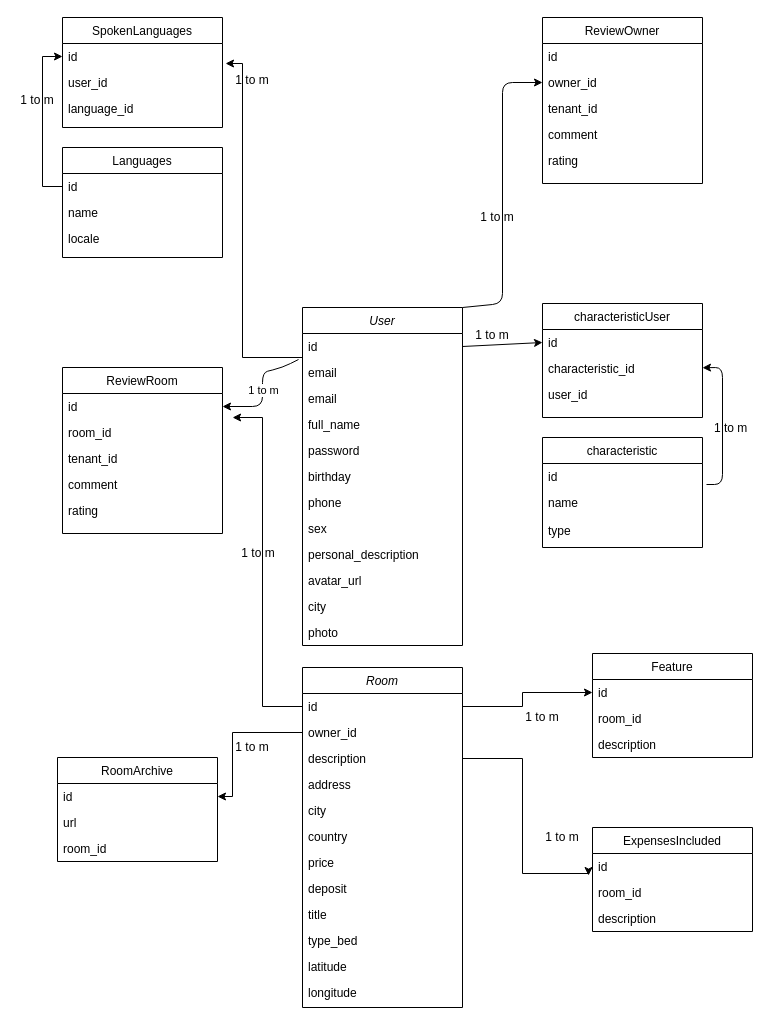
fsdexter/WellPut keeps this draw.io diagram as docs/Untitled Diagram.drawio. Above is the earlier version. Source tidied: cells renumbered, new cells numbered last; positions are measured from the earlier drawing's top-left corner, leaving out a move shared by most shapes. Both pictures are drawn from the tidied source at 100%, with x=0, y=0 at pixel (17, 17).
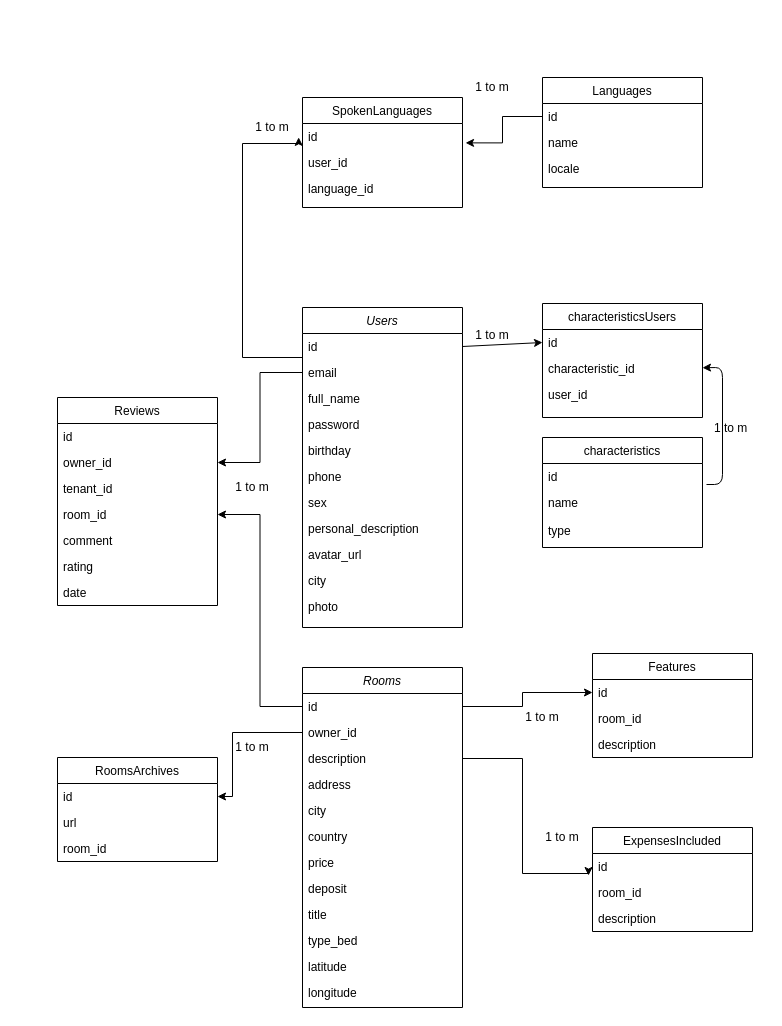
Above is the later version.

Unchanged cells that the change refers to:
```xml
<mxCell id="5" value="email" style="text;align=left;verticalAlign=top;spacingLeft=4;spacingRight=4;overflow=hidden;points=[[0,0.5],[1,0.5]];portConstraint=eastwest;rounded=0;shadow=0;html=0;" parent="3" vertex="1">
  <mxGeometry y="52" width="160" height="26" as="geometry" />
</mxCell>
<mxCell id="22" value="owner_id" style="text;align=left;verticalAlign=top;spacingLeft=4;spacingRight=4;overflow=hidden;points=[[0,0.5],[1,0.5]];portConstraint=eastwest;rounded=0;shadow=0;html=0;" parent="20" vertex="1">
  <mxGeometry y="52" width="160" height="26" as="geometry" />
</mxCell>
<mxCell id="43" value="id" style="text;align=left;verticalAlign=top;spacingLeft=4;spacingRight=4;overflow=hidden;points=[[0,0.5],[1,0.5]];portConstraint=eastwest;" parent="42" vertex="1">
  <mxGeometry y="26" width="160" height="26" as="geometry" />
</mxCell>
<mxCell id="58" value="id" style="text;align=left;verticalAlign=top;spacingLeft=4;spacingRight=4;overflow=hidden;points=[[0,0.5],[1,0.5]];portConstraint=eastwest;" parent="57" vertex="1">
  <mxGeometry y="26" width="160" height="26" as="geometry" />
</mxCell>
<mxCell id="62" value="id" style="text;align=left;verticalAlign=top;spacingLeft=4;spacingRight=4;overflow=hidden;points=[[0,0.5],[1,0.5]];portConstraint=eastwest;" parent="61" vertex="1">
  <mxGeometry y="26" width="160" height="26" as="geometry" />
</mxCell>
```

Change to the diagram source:
```diff
@@
-    <mxCell id="2" style="edgeStyle=orthogonalEdgeStyle;rounded=0;jettySize=auto;html=1;entryX=1.019;entryY=0.769;entryDx=0;entryDy=0;entryPerimeter=0;" parent="1" edge="1" source="3" target="58">
+    <mxCell id="2" style="edgeStyle=orthogonalEdgeStyle;rounded=0;jettySize=auto;html=1;entryX=-0.024;entryY=0.533;entryDx=0;entryDy=0;entryPerimeter=0;" parent="1" edge="1" source="3" target="58">
       <mxGeometry relative="1" as="geometry">
         <Array as="points">
           <mxPoint x="225" y="340" />
-          <mxPoint x="225" y="46" />
+          <mxPoint x="225" y="126" />
+          <mxPoint x="281" y="126" />
         </Array>
       </mxGeometry>
     </mxCell>
-    <mxCell id="3" value="User" style="swimlane;fontStyle=2;align=center;verticalAlign=top;horizontal=1;startSize=26;rounded=0;shadow=0;strokeWidth=1;" parent="1" vertex="1">
-      <mxGeometry x="285" y="290" width="160" height="338" as="geometry" />
+    <mxCell id="3" value="Users" style="swimlane;fontStyle=2;align=center;verticalAlign=top;horizontal=1;startSize=26;rounded=0;shadow=0;strokeWidth=1;" parent="1" vertex="1">
+      <mxGeometry x="285" y="290" width="160" height="320" as="geometry" />
     </mxCell>
@@
-    <mxCell id="6" value="email" style="text;align=left;verticalAlign=top;spacingLeft=4;spacingRight=4;overflow=hidden;rounded=0;shadow=0;html=0;" parent="3" vertex="1">
-      <mxGeometry y="78" width="160" height="26" as="geometry" />
-    </mxCell>
     <mxCell id="7" value="full_name" style="text;align=left;verticalAlign=top;spacingLeft=4;spacingRight=4;overflow=hidden;rounded=0;shadow=0;html=0;" parent="3" vertex="1">
-      <mxGeometry y="104" width="160" height="26" as="geometry" />
+      <mxGeometry y="78" width="160" height="26" as="geometry" />
     </mxCell>
     <mxCell id="8" value="password" style="text;align=left;verticalAlign=top;spacingLeft=4;spacingRight=4;overflow=hidden;rounded=0;shadow=0;html=0;" parent="3" vertex="1">
-      <mxGeometry y="130" width="160" height="26" as="geometry" />
+      <mxGeometry y="104" width="160" height="26" as="geometry" />
     </mxCell>
     <mxCell id="9" value="birthday" style="text;align=left;verticalAlign=top;spacingLeft=4;spacingRight=4;overflow=hidden;rounded=0;shadow=0;html=0;" parent="3" vertex="1">
-      <mxGeometry y="156" width="160" height="26" as="geometry" />
+      <mxGeometry y="130" width="160" height="26" as="geometry" />
     </mxCell>
     <mxCell id="10" value="phone" style="text;align=left;verticalAlign=top;spacingLeft=4;spacingRight=4;overflow=hidden;rounded=0;shadow=0;html=0;" parent="3" vertex="1">
-      <mxGeometry y="182" width="160" height="26" as="geometry" />
+      <mxGeometry y="156" width="160" height="26" as="geometry" />
     </mxCell>
     <mxCell id="11" value="sex" style="text;align=left;verticalAlign=top;spacingLeft=4;spacingRight=4;overflow=hidden;rounded=0;shadow=0;html=0;" parent="3" vertex="1">
-      <mxGeometry y="208" width="160" height="26" as="geometry" />
+      <mxGeometry y="182" width="160" height="26" as="geometry" />
     </mxCell>
     <mxCell id="12" value="personal_description" style="text;align=left;verticalAlign=top;spacingLeft=4;spacingRight=4;overflow=hidden;rounded=0;shadow=0;html=0;" parent="3" vertex="1">
-      <mxGeometry y="234" width="160" height="26" as="geometry" />
+      <mxGeometry y="208" width="160" height="26" as="geometry" />
     </mxCell>
     <mxCell id="13" value="avatar_url" style="text;align=left;verticalAlign=top;spacingLeft=4;spacingRight=4;overflow=hidden;rounded=0;shadow=0;html=0;" parent="3" vertex="1">
-      <mxGeometry y="260" width="160" height="26" as="geometry" />
+      <mxGeometry y="234" width="160" height="26" as="geometry" />
     </mxCell>
     <mxCell id="14" value="city" style="text;align=left;verticalAlign=top;spacingLeft=4;spacingRight=4;overflow=hidden;rounded=0;shadow=0;html=0;" parent="3" vertex="1">
-      <mxGeometry y="286" width="160" height="26" as="geometry" />
+      <mxGeometry y="260" width="160" height="26" as="geometry" />
     </mxCell>
     <mxCell id="15" value="photo" style="text;align=left;verticalAlign=top;spacingLeft=4;spacingRight=4;overflow=hidden;rounded=0;shadow=0;html=0;" parent="3" vertex="1">
-      <mxGeometry y="312" width="160" height="26" as="geometry" />
+      <mxGeometry y="286" width="160" height="26" as="geometry" />
     </mxCell>
-    <mxCell id="16" value="characteristicUser" style="swimlane;fontStyle=0;align=center;verticalAlign=top;horizontal=1;startSize=26;rounded=0;shadow=0;strokeWidth=1;" parent="1" vertex="1">
+    <mxCell id="16" value="characteristicsUsers" style="swimlane;fontStyle=0;align=center;verticalAlign=top;horizontal=1;startSize=26;rounded=0;shadow=0;strokeWidth=1;" parent="1" vertex="1">
       <mxGeometry x="525" y="286" width="160" height="114" as="geometry" />
     </mxCell>
@@
-    <mxCell id="20" value="ReviewOwner" style="swimlane;fontStyle=0;align=center;verticalAlign=top;horizontal=1;startSize=26;rounded=0;shadow=0;strokeWidth=1;" parent="1" vertex="1">
-      <mxGeometry x="525" width="160" height="166" as="geometry" />
+    <mxCell id="20" value="Reviews" style="swimlane;fontStyle=0;align=center;verticalAlign=top;horizontal=1;startSize=26;rounded=0;shadow=0;strokeWidth=1;" parent="1" vertex="1">
+      <mxGeometry x="40" y="380" width="160" height="208" as="geometry" />
     </mxCell>
@@
+    <mxCell id="36" value="room_id" style="text;align=left;verticalAlign=top;spacingLeft=4;spacingRight=4;overflow=hidden;points=[[0,0.5],[1,0.5]];portConstraint=eastwest;rounded=0;shadow=0;html=0;" parent="20" vertex="1">
+      <mxGeometry y="104" width="160" height="26" as="geometry" />
+    </mxCell>
     <mxCell id="24" value="comment" style="text;align=left;verticalAlign=top;spacingLeft=4;spacingRight=4;overflow=hidden;rounded=0;shadow=0;html=0;" parent="20" vertex="1">
-      <mxGeometry y="104" width="160" height="26" as="geometry" />
+      <mxGeometry y="130" width="160" height="26" as="geometry" />
     </mxCell>
     <mxCell id="25" value="rating" style="text;align=left;verticalAlign=top;spacingLeft=4;spacingRight=4;overflow=hidden;rounded=0;shadow=0;html=0;" parent="20" vertex="1">
-      <mxGeometry y="130" width="160" height="26" as="geometry" />
+      <mxGeometry y="156" width="160" height="26" as="geometry" />
     </mxCell>
+    <mxCell id="88" value="date" style="text;align=left;verticalAlign=top;spacingLeft=4;spacingRight=4;overflow=hidden;rounded=0;shadow=0;html=0;" parent="20" vertex="1">
+      <mxGeometry y="182" width="160" height="26" as="geometry" />
+    </mxCell>
-    <mxCell id="26" value="characteristic" style="swimlane;fontStyle=0;align=center;verticalAlign=top;horizontal=1;startSize=26;rounded=0;shadow=0;strokeWidth=1;" parent="1" vertex="1">
+    <mxCell id="26" value="characteristics" style="swimlane;fontStyle=0;align=center;verticalAlign=top;horizontal=1;startSize=26;rounded=0;shadow=0;strokeWidth=1;" parent="1" vertex="1">
       <mxGeometry x="525" y="420" width="160" height="110" as="geometry" />
     </mxCell>
@@
-    <mxCell id="34" value="ReviewRoom" style="swimlane;fontStyle=0;align=center;verticalAlign=top;horizontal=1;startSize=26;rounded=0;shadow=0;strokeWidth=1;" parent="1" vertex="1">
-      <mxGeometry x="45" y="350" width="160" height="166" as="geometry" />
-    </mxCell>
-    <mxCell id="35" value="id" style="text;align=left;verticalAlign=top;spacingLeft=4;spacingRight=4;overflow=hidden;points=[[0,0.5],[1,0.5]];portConstraint=eastwest;" parent="34" vertex="1">
-      <mxGeometry y="26" width="160" height="26" as="geometry" />
-    </mxCell>
-    <mxCell id="36" value="room_id" style="text;align=left;verticalAlign=top;spacingLeft=4;spacingRight=4;overflow=hidden;points=[[0,0.5],[1,0.5]];portConstraint=eastwest;rounded=0;shadow=0;html=0;" parent="34" vertex="1">
-      <mxGeometry y="52" width="160" height="26" as="geometry" />
-    </mxCell>
-    <mxCell id="37" value="tenant_id" style="text;align=left;verticalAlign=top;spacingLeft=4;spacingRight=4;overflow=hidden;rounded=0;shadow=0;html=0;" parent="34" vertex="1">
-      <mxGeometry y="78" width="160" height="26" as="geometry" />
-    </mxCell>
-    <mxCell id="38" value="comment" style="text;align=left;verticalAlign=top;spacingLeft=4;spacingRight=4;overflow=hidden;rounded=0;shadow=0;html=0;" parent="34" vertex="1">
-      <mxGeometry y="104" width="160" height="26" as="geometry" />
-    </mxCell>
-    <mxCell id="39" value="rating" style="text;align=left;verticalAlign=top;spacingLeft=4;spacingRight=4;overflow=hidden;rounded=0;shadow=0;html=0;" parent="34" vertex="1">
-      <mxGeometry y="130" width="160" height="26" as="geometry" />
-    </mxCell>
-    <mxCell id="40" style="endArrow=classic;html=1;entryX=0;entryY=0.5;entryDx=0;entryDy=0;exitX=1;exitY=0;exitDx=0;exitDy=0;" parent="1" edge="1" source="3" target="22">
-      <mxGeometry relative="1" as="geometry">
-        <Array as="points">
-          <mxPoint x="485" y="286" />
-          <mxPoint x="485" y="65" />
-        </Array>
-      </mxGeometry>
-    </mxCell>
-    <mxCell id="41" value="1 to m" style="text;html=1;strokeColor=none;fillColor=none;align=center;verticalAlign=middle;whiteSpace=wrap;rounded=0;" parent="1" vertex="1">
-      <mxGeometry x="460" y="190" width="40" height="20" as="geometry" />
-    </mxCell>
-    <mxCell id="42" value="Room" style="swimlane;fontStyle=2;align=center;verticalAlign=top;horizontal=1;startSize=26;rounded=0;shadow=0;strokeWidth=1;" parent="1" vertex="1">
+    <mxCell id="42" value="Rooms" style="swimlane;fontStyle=2;align=center;verticalAlign=top;horizontal=1;startSize=26;rounded=0;shadow=0;strokeWidth=1;" parent="1" vertex="1">
       <mxGeometry x="285" y="650" width="160" height="340" as="geometry" />
     </mxCell>
@@
-    <mxCell id="55" style="endArrow=classic;html=1;exitX=-0.025;exitY=0;exitDx=0;exitDy=0;exitPerimeter=0;entryX=1;entryY=0.5;entryDx=0;entryDy=0;" parent="1" edge="1" source="5" target="35">
-      <mxGeometry relative="1" as="geometry">
-        <Array as="points">
-          <mxPoint x="265" y="350" />
-          <mxPoint x="245" y="355" />
-          <mxPoint x="245" y="389" />
-        </Array>
-      </mxGeometry>
-    </mxCell>
-    <mxCell id="56" value="1 to m" style="edgeLabel;html=1;align=center;verticalAlign=middle;" parent="55" vertex="1">
-      <mxGeometry relative="1" as="geometry" />
-    </mxCell>
     <mxCell id="57" value="SpokenLanguages" style="swimlane;fontStyle=0;align=center;verticalAlign=top;horizontal=1;startSize=26;rounded=0;shadow=0;strokeWidth=1;" parent="1" vertex="1">
-      <mxGeometry x="45" width="160" height="110" as="geometry" />
+      <mxGeometry x="285" y="80" width="160" height="110" as="geometry" />
     </mxCell>
@@
     <mxCell id="61" value="Languages" style="swimlane;fontStyle=0;align=center;verticalAlign=top;horizontal=1;startSize=26;rounded=0;shadow=0;strokeWidth=1;" parent="1" vertex="1">
-      <mxGeometry x="45" y="130" width="160" height="110" as="geometry" />
+      <mxGeometry x="525" y="60" width="160" height="110" as="geometry" />
     </mxCell>
@@
-    <mxCell id="65" style="edgeStyle=orthogonalEdgeStyle;rounded=0;jettySize=auto;html=1;exitX=0;exitY=0.5;exitDx=0;exitDy=0;entryX=0;entryY=0.5;entryDx=0;entryDy=0;" parent="1" edge="1" source="62" target="58">
-      <mxGeometry relative="1" as="geometry" />
+    <mxCell id="65" style="edgeStyle=orthogonalEdgeStyle;rounded=0;jettySize=auto;html=1;exitX=0;exitY=0.5;exitDx=0;exitDy=0;entryX=1.019;entryY=0.745;entryDx=0;entryDy=0;entryPerimeter=0;" parent="1" edge="1" source="62" target="58">
+      <mxGeometry relative="1" as="geometry">
+        <Array as="points">
+          <mxPoint x="485" y="99" />
+          <mxPoint x="485" y="125" />
+        </Array>
+      </mxGeometry>
     </mxCell>
     <mxCell id="66" value="1 to m" style="text;html=1;strokeColor=none;fillColor=none;align=center;verticalAlign=middle;whiteSpace=wrap;rounded=0;" parent="1" vertex="1">
-      <mxGeometry y="73" width="40" height="20" as="geometry" />
+      <mxGeometry x="235" y="100" width="40" height="20" as="geometry" />
     </mxCell>
     <mxCell id="67" value="1 to m" style="text;html=1;strokeColor=none;fillColor=none;align=center;verticalAlign=middle;whiteSpace=wrap;rounded=0;" parent="1" vertex="1">
-      <mxGeometry x="215" y="53" width="40" height="20" as="geometry" />
+      <mxGeometry x="455" y="60" width="40" height="20" as="geometry" />
     </mxCell>
-    <mxCell id="68" style="edgeStyle=orthogonalEdgeStyle;rounded=0;jettySize=auto;html=1;entryX=1.063;entryY=0.923;entryDx=0;entryDy=0;entryPerimeter=0;" parent="1" edge="1" source="43" target="35">
-      <mxGeometry relative="1" as="geometry">
-        <Array as="points">
-          <mxPoint x="245" y="689" />
-          <mxPoint x="245" y="400" />
-        </Array>
-      </mxGeometry>
-    </mxCell>
-    <mxCell id="69" value="1 to m" style="text;html=1;strokeColor=none;fillColor=none;align=center;verticalAlign=middle;whiteSpace=wrap;rounded=0;" parent="1" vertex="1">
-      <mxGeometry x="221" y="526" width="40" height="20" as="geometry" />
-    </mxCell>
-    <mxCell id="70" value="RoomArchive" style="swimlane;fontStyle=0;align=center;verticalAlign=top;horizontal=1;startSize=26;rounded=0;shadow=0;strokeWidth=1;" parent="1" vertex="1">
+    <mxCell id="70" value="RoomsArchives" style="swimlane;fontStyle=0;align=center;verticalAlign=top;horizontal=1;startSize=26;rounded=0;shadow=0;strokeWidth=1;" parent="1" vertex="1">
       <mxGeometry x="40" y="740" width="160" height="104" as="geometry" />
     </mxCell>
@@
-    <mxCell id="81" value="Feature" style="swimlane;fontStyle=0;align=center;verticalAlign=top;horizontal=1;startSize=26;rounded=0;shadow=0;strokeWidth=1;" parent="1" vertex="1">
+    <mxCell id="81" value="Features" style="swimlane;fontStyle=0;align=center;verticalAlign=top;horizontal=1;startSize=26;rounded=0;shadow=0;strokeWidth=1;" parent="1" vertex="1">
       <mxGeometry x="575" y="636" width="160" height="104" as="geometry" />
     </mxCell>
@@
+    <mxCell id="89" style="edgeStyle=orthogonalEdgeStyle;rounded=0;jettySize=auto;html=1;entryX=1;entryY=0.5;entryDx=0;entryDy=0;" parent="1" edge="1" source="5" target="22">
+      <mxGeometry relative="1" as="geometry" />
+    </mxCell>
+    <mxCell id="90" style="edgeStyle=orthogonalEdgeStyle;rounded=0;jettySize=auto;html=1;entryX=1;entryY=0.5;entryDx=0;entryDy=0;" parent="1" edge="1" source="43" target="36">
+      <mxGeometry relative="1" as="geometry" />
+    </mxCell>
+    <mxCell id="91" value="1 to m" style="text;html=1;strokeColor=none;fillColor=none;align=center;verticalAlign=middle;whiteSpace=wrap;rounded=0;" parent="1" vertex="1">
+      <mxGeometry x="215" y="460" width="40" height="20" as="geometry" />
+    </mxCell>
```
